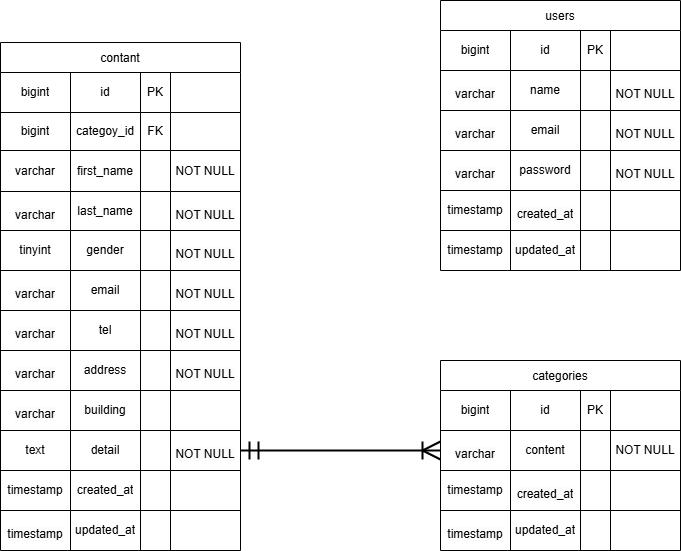
Earlier version of the draw.io export index.drawio.png (izumiyuki214/Inquiry-form). Source tidied: cells renumbered, new cells last; positions are measured from the earlier drawing's top-left corner, leaving out a move shared by most shapes.
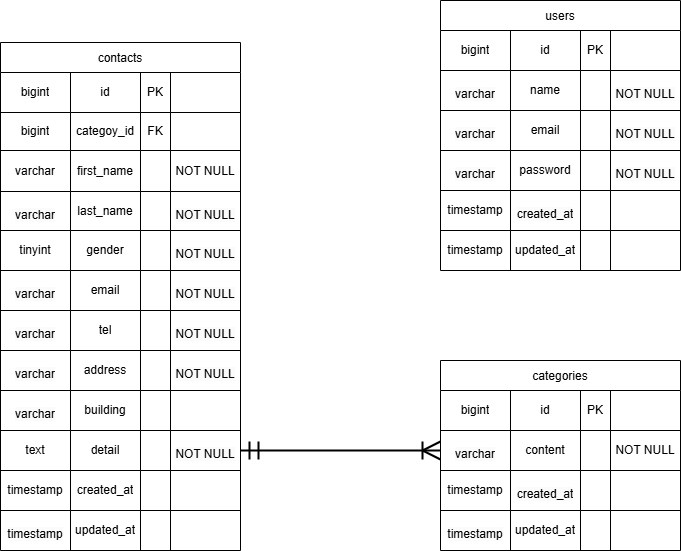
The same file after the commit.

The edit, as a diff of the source:
```diff
@@ -2,7 +2,7 @@
   <root>
     <mxCell id="0" />
     <mxCell id="1" parent="0" />
-    <mxCell id="2" value="contant" style="shape=table;startSize=30;" parent="1" vertex="1">
+    <mxCell id="2" value="contacts" style="shape=table;startSize=30;" parent="1" vertex="1">
       <mxGeometry y="42" width="240" height="508" as="geometry" />
     </mxCell>
     <mxCell id="3" style="shape=tableRow;horizontal=0;startSize=0;swimlaneHead=0;swimlaneBody=0;strokeColor=inherit;top=0;left=0;bottom=0;right=0;fillColor=none;" parent="2" vertex="1">
```
